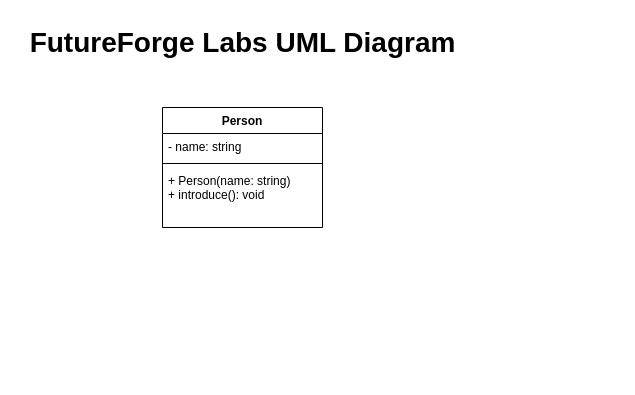
The draw.io diagram docs/futureforge/futureforgeuml.drawio in BlazerLabs/CSC-3105-22-23-Project-Repo, before the edit. Source tidied: cells renumbered, new cells numbered last; positions are measured from the earlier drawing's top-left corner, leaving out a move shared by most shapes. Both pictures are drawn from the tidied source at 100%, with x=0, y=0 at pixel (17, 17).
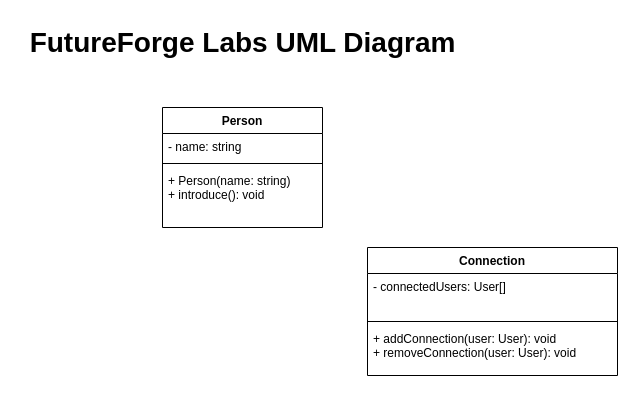
The same page after the edit.

Commit message:
Created the Connection Class Diagram

Created the connection class diagram for Future forge

Diff of the diagram source:
```diff
@@
 <mxGraphModel>
   <root>
     <mxCell id="0" />
     <mxCell id="1" parent="0" />
     <mxCell id="2" value="Person" style="swimlane;fontStyle=1;align=center;verticalAlign=top;horizontal=1;startSize=26;" parent="1" vertex="1">
       <mxGeometry x="145" y="90" width="160" height="120" as="geometry" />
     </mxCell>
     <mxCell id="3" value="- name: string" style="text;strokeColor=none;fillColor=none;align=left;verticalAlign=top;spacingLeft=4;spacingRight=4;overflow=hidden;" parent="2" vertex="1">
       <mxGeometry y="26" width="160" height="26" as="geometry" />
     </mxCell>
     <mxCell id="4" style="line;strokeWidth=1;fillColor=none;align=left;verticalAlign=middle;spacingTop=-1;spacingLeft=3;spacingRight=3;labelPosition=right;strokeColor=inherit;" parent="2" vertex="1">
       <mxGeometry y="52" width="160" height="8" as="geometry" />
     </mxCell>
     <mxCell id="5" value="+ Person(name: string)&#10;+ introduce(): void" style="text;strokeColor=none;fillColor=none;align=left;verticalAlign=top;spacingLeft=4;spacingRight=4;overflow=hidden;" parent="2" vertex="1">
       <mxGeometry y="60" width="160" height="60" as="geometry" />
     </mxCell>
     <mxCell id="6" value="&lt;font size=&quot;1&quot; style=&quot;&quot;&gt;&lt;b style=&quot;font-size: 28px;&quot;&gt;FutureForge Labs UML Diagram&lt;/b&gt;&lt;/font&gt;" style="text;html=1;align=center;verticalAlign=middle;strokeColor=none;fillColor=none;" parent="1" vertex="1">
       <mxGeometry width="450" height="50" as="geometry" />
     </mxCell>
+    <mxCell id="7" value="Connection" style="swimlane;fontStyle=1;align=center;verticalAlign=top;horizontal=1;startSize=26;" parent="1" vertex="1">
+      <mxGeometry x="350" y="230" width="250" height="128" as="geometry" />
+    </mxCell>
+    <mxCell id="8" value="- connectedUsers: User[]" style="text;strokeColor=none;fillColor=none;align=left;verticalAlign=top;spacingLeft=4;spacingRight=4;overflow=hidden;" parent="7" vertex="1">
+      <mxGeometry y="26" width="250" height="44" as="geometry" />
+    </mxCell>
+    <mxCell id="9" style="line;strokeWidth=1;fillColor=none;align=left;verticalAlign=middle;spacingTop=-1;spacingLeft=3;spacingRight=3;labelPosition=right;strokeColor=inherit;" parent="7" vertex="1">
+      <mxGeometry y="70" width="250" height="8" as="geometry" />
+    </mxCell>
+    <mxCell id="10" value="+ addConnection(user: User): void&#10;+ removeConnection(user: User): void" style="text;strokeColor=none;fillColor=none;align=left;verticalAlign=top;spacingLeft=4;spacingRight=4;overflow=hidden;" parent="7" vertex="1">
+      <mxGeometry y="78" width="250" height="50" as="geometry" />
+    </mxCell>
   </root>
 </mxGraphModel>
```
